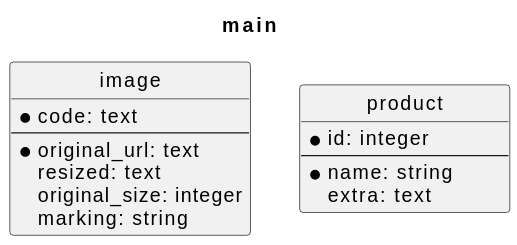
Before: assets/db.svg, a diagram exported from PlantUML (survos-sites/dummy).
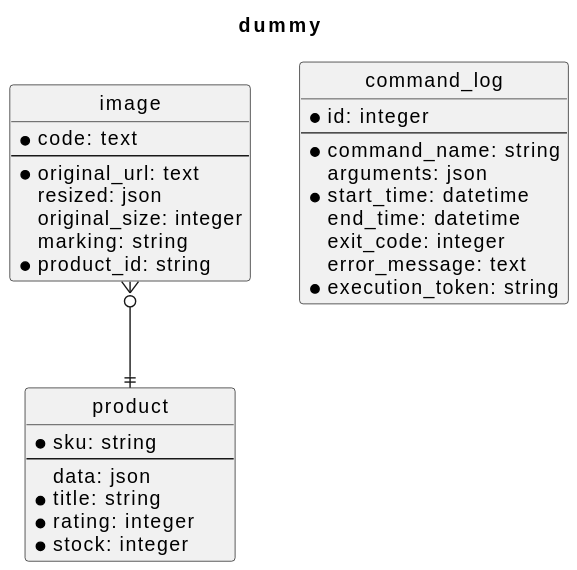
The same file after the commit.

Diff of the diagram source:
```diff
@@ -3,20 +3,35 @@
 hide circle
 skinparam MinClassWidth 150
 skinparam LineType Ortho
-title main
+title dummy
 !theme _none_
 entity image {
 * code: text
 --
 * original_url: text
- resized: text
+ resized: json
  original_size: integer
  marking: string
+* product_id: string
+}
+entity command_log {
+* id: integer
+--
+* command_name: string
+ arguments: json
+* start_time: datetime
+ end_time: datetime
+ exit_code: integer
+ error_message: text
+* execution_token: string
 }
 entity product {
-* id: integer
+* sku: string
 --
-* name: string
- extra: text
+ data: json
+* title: string
+* rating: integer
+* stock: integer
 }
+image }o--|| product
 @enduml
```
